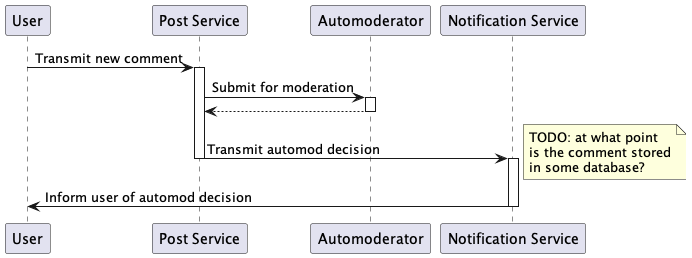
The PlantUML diagram usecases/Posting/diagrams/sequence_diagrams/commenting.png in MatthewM46/Blog-Website, before a commit. Its diagram source:
```plantuml
@startuml

participant "User" as user
participant "Post Service" as postserv
participant "Automoderator" as automod
participant "Notification Service" as notserv

user -> postserv: Transmit new comment
activate postserv

postserv -> automod: Submit for moderation
activate automod
automod --> postserv
deactivate automod

postserv -> notserv: Transmit automod decision

deactivate postserv
activate notserv

note right
	TODO: at what point
	is the comment stored
	in some database?
end note

notserv -> user: Inform user of automod decision

deactivate notserv

@enduml
```
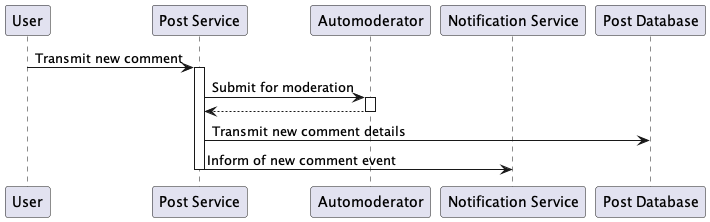
After the commit.

Commit message:
Update sequence diagram for "Create Comment" usecase

In relation to issue #24

What changed in the source:
```diff
@@ -4,6 +4,7 @@
 participant "Post Service" as postserv
 participant "Automoderator" as automod
 participant "Notification Service" as notserv
+participant "Post Database" as postdb
 
 user -> postserv: Transmit new comment
 activate postserv
@@ -13,19 +14,11 @@
 automod --> postserv
 deactivate automod
 
-postserv -> notserv: Transmit automod decision
+postserv -> postdb: Transmit new comment details
+
+
+postserv -> notserv: Inform of new comment event
 
 deactivate postserv
-activate notserv
-
-note right
-	TODO: at what point
-	is the comment stored
-	in some database?
-end note
-
-notserv -> user: Inform user of automod decision
-
-deactivate notserv
 
 @enduml
```
